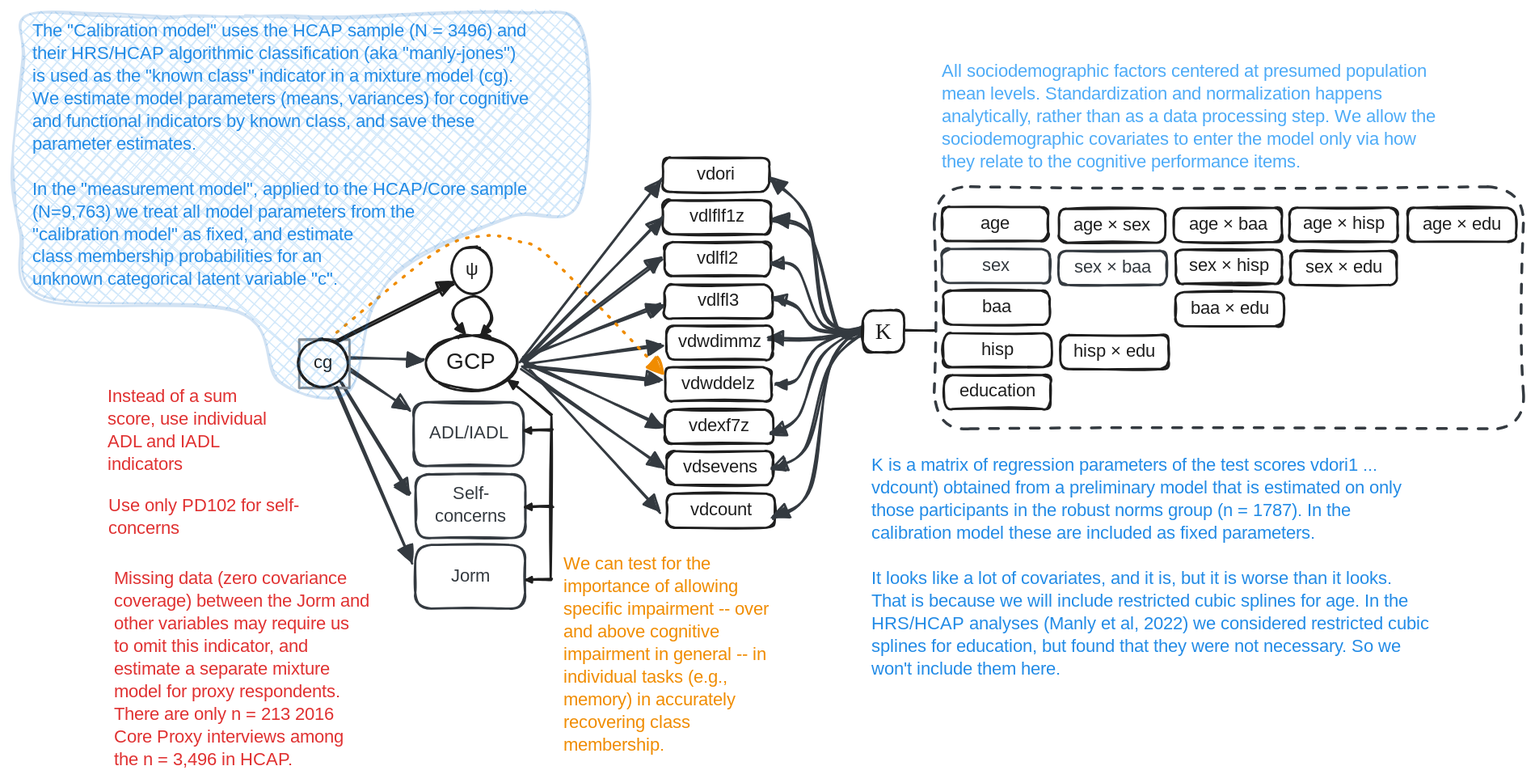
dougtommet/HRS_cog_classification keeps this Excalidraw diagram as R/excalidraw/PMM-011-Calibration_Model.excalidraw.svg. Above is the earlier version. Source tidied: one line per element, renumbered; positions are measured from the earlier drawing's top-left corner, leaving out a move shared by most shapes.
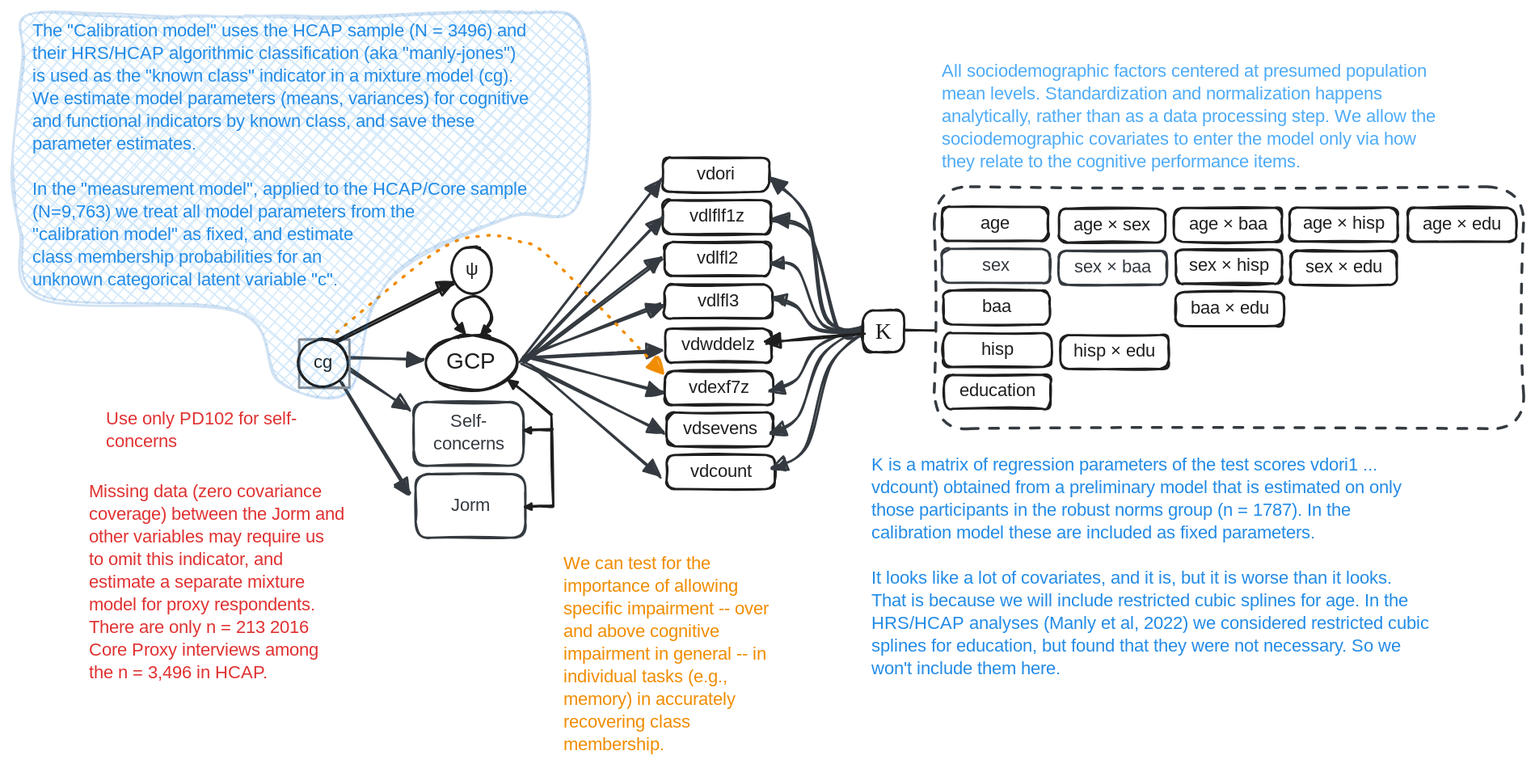
Later version of the same file.

Change to the diagram source:
```diff
@@ -6,4 +6,4 @@
 {"id": 5, "type": "text", "text": "age", "strokeColor": "#1e1e1e", "strokeWidth": 2, "roughness": 1, "fontSize": 16, "fontFamily": 5, "textAlign": "center", "verticalAlign": "middle", "inside": 4, "x": 857, "y": 178, "width": 22, "height": 20}
-{"id": 6, "type": "rectangle", "strokeColor": "#1e1e1e", "strokeWidth": 2, "roughness": 1, "round": true, "x": 576, "y": 315, "width": 94, "height": 30}
+{"id": 6, "type": "rectangle", "strokeColor": "#1e1e1e", "strokeWidth": 2, "roughness": 1, "round": true, "x": 576, "y": 281, "width": 94, "height": 30}
-{"id": 7, "type": "text", "text": "vdwddelz", "strokeColor": "#1e1e1e", "strokeWidth": 2, "roughness": 1, "fontSize": 16, "fontFamily": 5, "textAlign": "center", "verticalAlign": "middle", "inside": 6, "x": 588, "y": 320, "width": 70, "height": 20}
+{"id": 7, "type": "text", "text": "vdwddelz", "strokeColor": "#1e1e1e", "strokeWidth": 2, "roughness": 1, "fontSize": 16, "fontFamily": 5, "textAlign": "center", "verticalAlign": "middle", "inside": 6, "x": 588, "y": 286, "width": 70, "height": 20}
 {"id": 8, "type": "rectangle", "strokeColor": "#1e1e1e", "strokeWidth": 2, "roughness": 1, "round": true, "x": 823, "y": 322, "width": 94, "height": 30}
@@ -14,4 +14,4 @@
 {"id": 13, "type": "text", "text": "baa", "strokeColor": "#1e1e1e", "strokeWidth": 2, "roughness": 1, "fontSize": 16, "fontFamily": 5, "textAlign": "center", "verticalAlign": "middle", "inside": 12, "x": 858, "y": 252, "width": 22, "height": 20}
-{"id": 14, "type": "rectangle", "strokeColor": "#1e1e1e", "strokeWidth": 2, "roughness": 1, "round": true, "x": 578, "y": 389, "width": 94, "height": 30}
+{"id": 14, "type": "rectangle", "strokeColor": "#1e1e1e", "strokeWidth": 2, "roughness": 1, "round": true, "x": 578, "y": 355, "width": 94, "height": 30}
-{"id": 15, "type": "text", "text": "vdsevens", "strokeColor": "#1e1e1e", "strokeWidth": 2, "roughness": 1, "fontSize": 16, "fontFamily": 5, "textAlign": "center", "verticalAlign": "middle", "inside": 14, "x": 590, "y": 394, "width": 69, "height": 20}
+{"id": 15, "type": "text", "text": "vdsevens", "strokeColor": "#1e1e1e", "strokeWidth": 2, "roughness": 1, "fontSize": 16, "fontFamily": 5, "textAlign": "center", "verticalAlign": "middle", "inside": 14, "x": 590, "y": 360, "width": 69, "height": 20}
 {"id": 16, "type": "rectangle", "strokeColor": "#1e1e1e", "strokeWidth": 2, "roughness": 1, "round": true, "x": 574, "y": 167, "width": 96, "height": 30}
@@ -20,4 +20,4 @@
 {"id": 19, "type": "text", "text": "sex", "strokeColor": "#343a40", "strokeWidth": 2, "roughness": 1, "fontSize": 16, "fontFamily": 5, "textAlign": "center", "verticalAlign": "middle", "inside": 18, "x": 858, "y": 215, "width": 21, "height": 20}
-{"id": 20, "type": "rectangle", "strokeColor": "#1e1e1e", "strokeWidth": 2, "roughness": 1, "round": true, "x": 576, "y": 352, "width": 96, "height": 30}
+{"id": 20, "type": "rectangle", "strokeColor": "#1e1e1e", "strokeWidth": 2, "roughness": 1, "round": true, "x": 576, "y": 318, "width": 96, "height": 30}
-{"id": 21, "type": "text", "text": "vdexf7z", "strokeColor": "#1e1e1e", "strokeWidth": 2, "roughness": 1, "fontSize": 16, "fontFamily": 5, "textAlign": "center", "verticalAlign": "middle", "inside": 20, "x": 593, "y": 357, "width": 62, "height": 20}
+{"id": 21, "type": "text", "text": "vdexf7z", "strokeColor": "#1e1e1e", "strokeWidth": 2, "roughness": 1, "fontSize": 16, "fontFamily": 5, "textAlign": "center", "verticalAlign": "middle", "inside": 20, "x": 593, "y": 323, "width": 62, "height": 20}
 {"id": 22, "type": "rectangle", "strokeColor": "#1e1e1e", "strokeWidth": 2, "roughness": 1, "round": true, "x": 576, "y": 242, "width": 96, "height": 30}
@@ -26,4 +26,4 @@
 {"id": 25, "type": "text", "text": "hisp", "strokeColor": "#1e1e1e", "strokeWidth": 2, "roughness": 1, "fontSize": 16, "fontFamily": 5, "textAlign": "center", "verticalAlign": "middle", "inside": 24, "x": 857, "y": 290, "width": 27, "height": 20}
-{"id": 26, "type": "rectangle", "strokeColor": "#1e1e1e", "strokeWidth": 2, "roughness": 1, "round": true, "x": 578, "y": 427, "width": 96, "height": 30}
+{"id": 26, "type": "rectangle", "strokeColor": "#1e1e1e", "strokeWidth": 2, "roughness": 1, "round": true, "x": 578, "y": 393, "width": 96, "height": 30}
-{"id": 27, "type": "text", "text": "vdcount", "strokeColor": "#1e1e1e", "strokeWidth": 2, "roughness": 1, "fontSize": 16, "fontFamily": 5, "textAlign": "center", "verticalAlign": "middle", "inside": 26, "x": 595, "y": 432, "width": 62, "height": 20}
+{"id": 27, "type": "text", "text": "vdcount", "strokeColor": "#1e1e1e", "strokeWidth": 2, "roughness": 1, "fontSize": 16, "fontFamily": 5, "textAlign": "center", "verticalAlign": "middle", "inside": 26, "x": 595, "y": 398, "width": 62, "height": 20}
 {"id": 28, "type": "rectangle", "strokeColor": "#1e1e1e", "strokeWidth": 2, "roughness": 1, "round": true, "x": 924, "y": 175, "width": 94, "height": 30}
@@ -49,11 +49,10 @@
 {"id": 48, "type": "arrow", "strokeColor": "#343a40", "strokeWidth": 2, "roughness": 1, "endArrowhead": "triangle", "round": true, "from": 0, "to": 22, "x": 452, "y": 306, "width": 121, "height": 47, "points": [[0, 0], [121, -47]]}
-{"id": 49, "type": "arrow", "strokeColor": "#343a40", "strokeWidth": 2, "roughness": 1, "endArrowhead": "triangle", "round": true, "from": 0, "to": 6, "x": 451, "y": 314, "width": 120, "height": 13, "points": [[0, 0], [120, 13]]}
+{"id": 49, "type": "arrow", "strokeColor": "#343a40", "strokeWidth": 2, "roughness": 1, "endArrowhead": "triangle", "round": true, "from": 0, "to": 6, "x": 451, "y": 307, "width": 121, "height": 6, "points": [[0, 0], [121, -6]]}
-{"id": 50, "type": "arrow", "strokeColor": "#343a40", "strokeWidth": 2, "roughness": 1, "endArrowhead": "triangle", "round": true, "to": 82, "x": 453, "y": 311, "width": 120, "height": 17, "points": [[0, 0], [120, -17]]}
-{"id": 51, "type": "arrow", "strokeColor": "#343a40", "strokeWidth": 2, "roughness": 1, "endArrowhead": "triangle", "round": true, "from": 0, "to": 20, "x": 454, "y": 312, "width": 119, "height": 55, "points": [[0, 0], [119, 55]]}
+{"id": 51, "type": "arrow", "strokeColor": "#343a40", "strokeWidth": 2, "roughness": 1, "endArrowhead": "triangle", "round": true, "from": 0, "to": 20, "x": 454, "y": 306, "width": 120, "height": 31, "points": [[0, 0], [120, 31]]}
-{"id": 52, "type": "arrow", "strokeColor": "#343a40", "strokeWidth": 2, "roughness": 1, "endArrowhead": "triangle", "round": true, "from": 0, "to": 14, "x": 449, "y": 315, "width": 126, "height": 89, "points": [[0, 0], [126, 89]]}
+{"id": 52, "type": "arrow", "strokeColor": "#343a40", "strokeWidth": 2, "roughness": 1, "endArrowhead": "triangle", "round": true, "from": 0, "to": 14, "x": 449, "y": 310, "width": 125, "height": 62, "points": [[0, 0], [125, 62]]}
-{"id": 53, "type": "arrow", "strokeColor": "#343a40", "strokeWidth": 2, "roughness": 1, "endArrowhead": "triangle", "round": true, "from": 0, "to": 26, "x": 457, "y": 316, "width": 115, "height": 127, "points": [[0, 0], [115, 127]]}
+{"id": 53, "type": "arrow", "strokeColor": "#343a40", "strokeWidth": 2, "roughness": 1, "endArrowhead": "triangle", "round": true, "from": 0, "to": 26, "x": 457, "y": 312, "width": 115, "height": 100, "points": [[0, 0], [115, 100]]}
 {"id": 54, "type": "rectangle", "strokeColor": "#343a40", "strokeWidth": 2, "roughness": 1, "round": true, "x": 356, "y": 409, "width": 97, "height": 56}
-{"id": 55, "type": "text", "text": "Self-\nconcerns", "strokeColor": "#343a40", "strokeWidth": 2, "roughness": 1, "fontSize": 16, "fontFamily": 5, "textAlign": "center", "verticalAlign": "middle", "inside": 54, "x": 371, "y": 417, "width": 66, "height": 40}
+{"id": 55, "type": "text", "text": "Jorm", "strokeColor": "#343a40", "strokeWidth": 2, "roughness": 1, "fontSize": 16, "fontFamily": 5, "textAlign": "center", "verticalAlign": "middle", "inside": 54, "x": 386, "y": 427, "width": 36, "height": 20}
 {"id": 56, "type": "rectangle", "strokeColor": "#343a40", "strokeWidth": 2, "roughness": 1, "round": true, "x": 354, "y": 346, "width": 97, "height": 56}
-{"id": 57, "type": "text", "text": "ADL/IADL", "strokeColor": "#343a40", "strokeWidth": 2, "roughness": 1, "fontSize": 16, "fontFamily": 5, "textAlign": "center", "verticalAlign": "middle", "inside": 56, "x": 365, "y": 364, "width": 76, "height": 20}
+{"id": 57, "type": "text", "text": "Self-\nconcerns", "strokeColor": "#343a40", "strokeWidth": 2, "roughness": 1, "fontSize": 16, "fontFamily": 5, "textAlign": "center", "verticalAlign": "middle", "inside": 56, "x": 369, "y": 354, "width": 66, "height": 40}
 {"id": 58, "type": "arrow", "strokeColor": "#343a40", "strokeWidth": 2, "roughness": 1, "endArrowhead": "triangle", "round": true, "from": 62, "to": 56, "x": 296, "y": 316, "width": 54, "height": 36, "points": [[0, 0], [54, 36]]}
@@ -64,5 +63,2 @@
 {"id": 63, "type": "text", "text": "cg", "strokeColor": "#1e1e1e", "strokeWidth": 2, "roughness": 1, "fontSize": 16, "fontFamily": 5, "textAlign": "center", "verticalAlign": "middle", "inside": 62, "x": 265, "y": 301, "width": 17, "height": 20}
-{"id": 64, "type": "rectangle", "strokeColor": "#343a40", "strokeWidth": 2, "roughness": 1, "round": true, "x": 355, "y": 472, "width": 97, "height": 56}
-{"id": 65, "type": "text", "text": "Jorm", "strokeColor": "#343a40", "strokeWidth": 2, "roughness": 1, "fontSize": 16, "fontFamily": 5, "textAlign": "center", "verticalAlign": "middle", "inside": 64, "x": 388, "y": 490, "width": 32, "height": 20}
-{"id": 66, "type": "arrow", "strokeColor": "#343a40", "strokeWidth": 2, "roughness": 1, "endArrowhead": "triangle", "round": true, "from": 62, "to": 64, "x": 285, "y": 332, "width": 66, "height": 155, "points": [[0, 0], [66, 155]]}
 {"id": 67, "type": "ellipse", "strokeColor": "#1e1e1e", "strokeWidth": 2, "roughness": 1, "x": 388, "y": 208, "width": 35, "height": 42}
@@ -74,7 +70,5 @@
 {"id": 73, "type": "arrow", "strokeColor": "#343a40", "angle": 0.08, "strokeWidth": 2, "roughness": 1, "endArrowhead": "triangle", "round": true, "x": 761, "y": 280, "width": 91, "height": 24, "points": [[0, 0], [-48, 2], [-68, -16], [-91, -22]]}
-{"id": 74, "type": "arrow", "strokeColor": "#343a40", "angle": 0.08, "strokeWidth": 2, "roughness": 1, "endArrowhead": "triangle", "round": true, "from": 94, "to": 82, "x": 745, "y": 280, "width": 76, "height": 13, "points": [[0, 0], [-27, 8], [-47, 11], [-76, 13]]}
-{"id": 75, "type": "arrow", "strokeColor": "#343a40", "strokeWidth": 2, "roughness": 1, "endArrowhead": "triangle", "round": true, "x": 757, "y": 275, "width": 84, "height": 172, "points": [[0, 0], [-35, 36], [-53, 147], [-84, 172]]}
 {"id": 76, "type": "arrow", "strokeColor": "#343a40", "strokeWidth": 2, "roughness": 1, "endArrowhead": "triangle", "round": true, "x": 758, "y": 279, "width": 87, "height": 124, "points": [[0, 0], [-36, 35], [-57, 106], [-87, 124]]}
 {"id": 77, "type": "arrow", "strokeColor": "#343a40", "strokeWidth": 2, "roughness": 1, "endArrowhead": "triangle", "round": true, "x": 757, "y": 276, "width": 87, "height": 96, "points": [[0, 0], [-42, 28], [-62, 80], [-87, 96]]}
-{"id": 78, "type": "arrow", "strokeColor": "#343a40", "strokeWidth": 2, "roughness": 1, "endArrowhead": "triangle", "round": true, "to": 6, "x": 751, "y": 278, "width": 77, "height": 51, "points": [[0, 0], [-41, 20], [-57, 47], [-77, 51]]}
+{"id": 78, "type": "arrow", "strokeColor": "#343a40", "strokeWidth": 2, "roughness": 1, "endArrowhead": "triangle", "round": true, "from": 94, "to": 20, "x": 751, "y": 278, "width": 82, "height": 58, "points": [[0, 0], [-41, 20], [-57, 47], [-82, 58]]}
 {"id": 79, "type": "text", "text": "All sociodemographic factors centered at presumed population\nmean levels. Standardization and normalization happens\nanalytically, rather than as a data processing step. We allow the\nsociodemographic covariates to enter the model only via how\nthey relate to the cognitive performance items.", "strokeColor": "#4dabf7", "strokeWidth": 2, "roughness": 1, "fontSize": 16, "fontFamily": 5, "x": 821, "y": 44, "width": 510, "height": 100}
@@ -82,14 +76,10 @@
 {"id": 81, "type": "text", "text": "We can test for the\nimportance of allowing\nspecific impairment -- over\nand above cognitive\nimpairment in general -- in\nindividual tasks (e.g.,\nmemory) in accurately\nrecovering class\nmembership.", "strokeColor": "#f08c00", "strokeWidth": 2, "roughness": 1, "fontSize": 16, "fontFamily": 5, "x": 486, "y": 479, "width": 212, "height": 180}
-{"id": 82, "type": "rectangle", "strokeColor": "#1e1e1e", "strokeWidth": 2, "roughness": 1, "round": true, "x": 577, "y": 278, "width": 94, "height": 30}
-{"id": 83, "type": "text", "text": "vdwdimmz", "strokeColor": "#1e1e1e", "strokeWidth": 2, "roughness": 1, "fontSize": 16, "fontFamily": 5, "textAlign": "center", "verticalAlign": "middle", "inside": 82, "x": 588, "y": 283, "width": 72, "height": 20}
 {"id": 84, "type": "arrow", "strokeColor": "#1e1e1e", "angle": 4.74, "strokeWidth": 2, "roughness": 1, "startArrowhead": "triangle", "endArrowhead": "triangle", "round": true, "x": 390, "y": 264, "width": 34, "height": 34, "points": [[0, 0], [14, -11], [26, -8], [33, 8], [27, 18], [13, 23], [-2, 14]]}
 {"id": 85, "type": "arrow", "strokeColor": "#1e1e1e", "strokeWidth": 2, "roughness": 1, "endArrowhead": "triangle", "round": true, "to": 0, "x": 476, "y": 357, "width": 38, "height": 31, "points": [[0, 0], [-24, -21], [-38, -31]]}
-{"id": 86, "type": "line", "strokeColor": "#1e1e1e", "strokeWidth": 2, "roughness": 1, "x": 476, "y": 358, "width": 1, "height": 143, "points": [[0, 0], [-1, 143]]}
+{"id": 86, "type": "line", "strokeColor": "#1e1e1e", "strokeWidth": 2, "roughness": 1, "x": 476, "y": 358, "width": 2, "height": 79, "points": [[0, 0], [2, 79]]}
-{"id": 87, "type": "arrow", "strokeColor": "#1e1e1e", "strokeWidth": 2, "roughness": 1, "endArrowhead": "triangle", "round": true, "to": 64, "x": 476, "y": 502, "width": 23, "height": 0, "points": [[0, 0], [-11, 0], [-23, 0]]}
 {"id": 88, "type": "arrow", "strokeColor": "#1e1e1e", "strokeWidth": 2, "roughness": 1, "endArrowhead": "triangle", "round": true, "x": 477, "y": 438, "width": 24, "height": 1, "points": [[0, 0], [-11, 0], [-24, 1]]}
 {"id": 89, "type": "arrow", "strokeColor": "#1e1e1e", "strokeWidth": 2, "roughness": 1, "endArrowhead": "triangle", "round": true, "x": 476, "y": 370, "width": 24, "height": 1, "points": [[0, 0], [-11, 0], [-24, 1]]}
-{"id": 90, "type": "arrow", "strokeColor": "#f08c00", "strokeWidth": 2, "strokeStyle": "dotted", "roughness": 1, "endArrowhead": "triangle", "round": true, "from": 62, "to": 82, "x": 286, "y": 284, "width": 288, "height": 122, "points": [[0, 0], [88, -71], [129, -87], [159, -81], [192, -65], [288, 36]]}
+{"id": 90, "type": "arrow", "strokeColor": "#f08c00", "strokeWidth": 2, "strokeStyle": "dotted", "roughness": 1, "endArrowhead": "triangle", "round": true, "from": 62, "x": 286, "y": 284, "width": 288, "height": 122, "points": [[0, 0], [88, -71], [129, -87], [159, -81], [192, -65], [288, 36]]}
-{"id": 91, "type": "text", "text": "Use only PD102 for self-\nconcerns", "strokeColor": "#e03131", "strokeWidth": 2, "strokeStyle": "dotted", "roughness": 1, "fontSize": 16, "fontFamily": 5, "x": 84, "y": 428, "width": 197, "height": 40}
+{"id": 91, "type": "text", "text": "Use only PD102 for self-\nconcerns", "strokeColor": "#e03131", "strokeWidth": 2, "strokeStyle": "dotted", "roughness": 1, "fontSize": 16, "fontFamily": 5, "x": 82, "y": 352, "width": 197, "height": 40}
-{"id": 92, "type": "text", "text": "Instead of a sum\nscore, use individual\nADL and IADL\nindicators", "strokeColor": "#e03131", "strokeWidth": 2, "strokeStyle": "dotted", "roughness": 1, "fontSize": 16, "fontFamily": 5, "x": 83, "y": 331, "width": 185, "height": 80}
-{"id": 93, "type": "text", "text": "Missing data (zero covariance\ncoverage) between the Jorm and\nother variables may require us\nto omit this indicator, and\nestimate a separate mixture\nmodel for proxy respondents.\nThere are only n = 213 2016\nCore Proxy interviews among\nthe n = 3,496 in HCAP.", "strokeColor": "#e03131", "strokeWidth": 2, "strokeStyle": "dotted", "roughness": 1, "fontSize": 16, "fontFamily": 5, "x": 89, "y": 492, "width": 254, "height": 180}
+{"id": 93, "type": "text", "text": "Missing data (zero covariance\ncoverage) between the Jorm and\nother variables may require us\nto omit this indicator, and\nestimate a separate mixture\nmodel for proxy respondents.\nThere are only n = 213 2016\nCore Proxy interviews among\nthe n = 3,496 in HCAP.", "strokeColor": "#e03131", "strokeWidth": 2, "strokeStyle": "dotted", "roughness": 1, "fontSize": 16, "fontFamily": 5, "x": 67, "y": 416, "width": 254, "height": 180}
 {"id": 94, "type": "rectangle", "strokeColor": "#1e1e1e", "backgroundColor": "#ffffff", "fillStyle": "solid", "strokeWidth": 2, "roughness": 1, "round": true, "x": 751, "y": 265, "width": 36, "height": 37}
@@ -101,1 +91,2 @@
 {"id": 100, "type": "line", "strokeColor": "#1971c2", "backgroundColor": "#228be6", "fillStyle": "cross-hatch", "strokeWidth": 2, "roughness": 1, "opacity": 20, "round": true, "x": 204, "y": 5, "width": 504, "height": 338, "points": [[0, 0], [-48, -1], [-69, 0], [-128, -1], [-192, -2], [-196, 38], [-203, 116], [-204, 154], [-197, 190], [-177, 248], [-6, 259], [32, 322], [91, 332], [113, 259], [148, 215], [236, 175], [296, 163], [300, 15], [239, -5], [86, 0], [38, 0], [0, 0]]}
+{"id": 101, "type": "arrow", "strokeColor": "#1e1e1e", "strokeWidth": 2, "roughness": 1, "endArrowhead": "triangle", "round": true, "from": 94, "to": 6, "x": 753, "y": 285, "width": 86, "height": 9, "points": [[0, 0], [-51, 5], [-86, 9]]}
```
